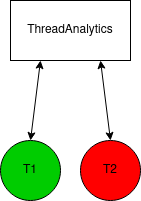
The draw.io diagram docs/Wiki/Parallelisation/diagrams/rendered/threadAnalytics.png in butterplup/Task-Scheduler, before a commit. Source tidied: cells renumbered, new cells last; positions are measured from the earlier drawing's top-left corner, leaving out a move shared by most shapes.
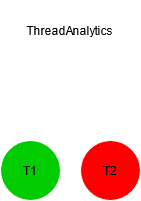
The same file after the commit.

What changed in the source:
```diff
@@ -2,19 +2,19 @@
   <root>
     <mxCell id="0" />
     <mxCell id="1" parent="0" />
-    <mxCell id="2" value="T2" style="ellipse;whiteSpace=wrap;html=1;fillColor=#FF0000;" parent="1" vertex="1">
+    <mxCell id="2" value="T2" style="ellipse;whiteSpace=wrap;html=1;fillColor=#FF0000;strokeColor=#FFFFFF;" parent="1" vertex="1">
       <mxGeometry x="80" y="140" width="60" height="60" as="geometry" />
     </mxCell>
-    <mxCell id="3" value="ThreadAnalytics" style="rounded=0;whiteSpace=wrap;html=1;fillColor=#FFFFFF;" parent="1" vertex="1">
+    <mxCell id="3" value="ThreadAnalytics" style="rounded=0;whiteSpace=wrap;html=1;fillColor=#FFFFFF;strokeColor=#FFFFFF;" parent="1" vertex="1">
       <mxGeometry x="10" width="120" height="60" as="geometry" />
     </mxCell>
-    <mxCell id="4" style="endArrow=classic;startArrow=classic;html=1;exitX=0.5;exitY=0;exitDx=0;exitDy=0;entryX=0.25;entryY=1;entryDx=0;entryDy=0;" parent="1" edge="1" source="6" target="3">
+    <mxCell id="4" style="endArrow=classic;startArrow=classic;html=1;exitX=0.5;exitY=0;exitDx=0;exitDy=0;entryX=0.25;entryY=1;entryDx=0;entryDy=0;strokeColor=#FFFFFF;" parent="1" edge="1" source="6" target="3">
       <mxGeometry relative="1" as="geometry" />
     </mxCell>
-    <mxCell id="5" style="endArrow=classic;startArrow=classic;html=1;exitX=0.5;exitY=0;exitDx=0;exitDy=0;entryX=0.75;entryY=1;entryDx=0;entryDy=0;" parent="1" edge="1" source="2" target="3">
+    <mxCell id="5" style="endArrow=classic;startArrow=classic;html=1;exitX=0.5;exitY=0;exitDx=0;exitDy=0;entryX=0.75;entryY=1;entryDx=0;entryDy=0;strokeColor=#FFFFFF;" parent="1" edge="1" source="2" target="3">
       <mxGeometry relative="1" as="geometry" />
     </mxCell>
-    <mxCell id="6" value="T1" style="ellipse;whiteSpace=wrap;html=1;fillColor=#00CC00;" parent="1" vertex="1">
+    <mxCell id="6" value="T1" style="ellipse;whiteSpace=wrap;html=1;fillColor=#00CC00;strokeColor=#FFFFFF;" parent="1" vertex="1">
       <mxGeometry y="140" width="60" height="60" as="geometry" />
     </mxCell>
   </root>
```
